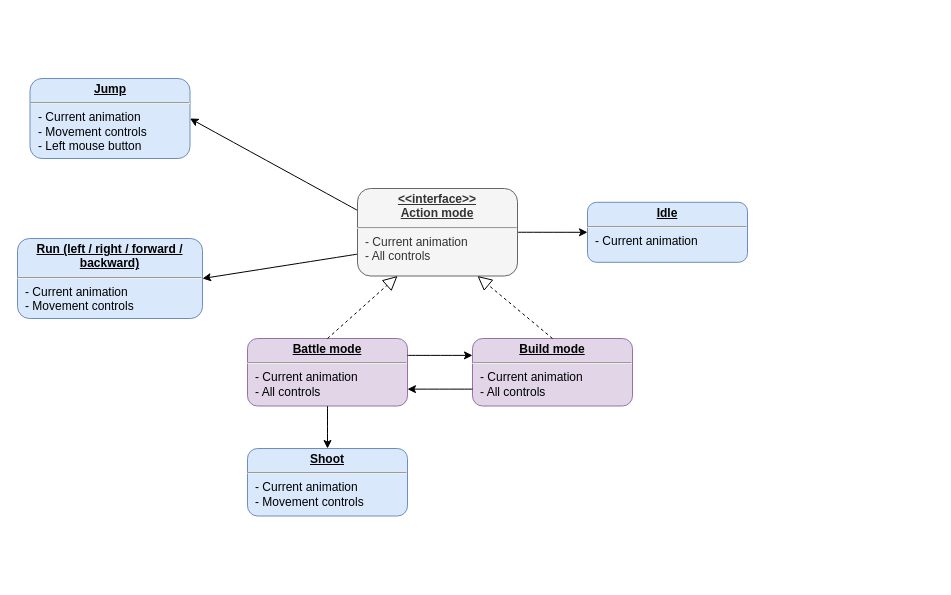
The draw.io diagram docs/player_states.drawio in joonashalinen/bloxu, before the edit. Source tidied: cells renumbered, new cells numbered last; positions are measured from the earlier drawing's top-left corner, leaving out a move shared by most shapes. Both pictures are drawn from the tidied source at 100%, with x=0, y=0 at pixel (17, 78).
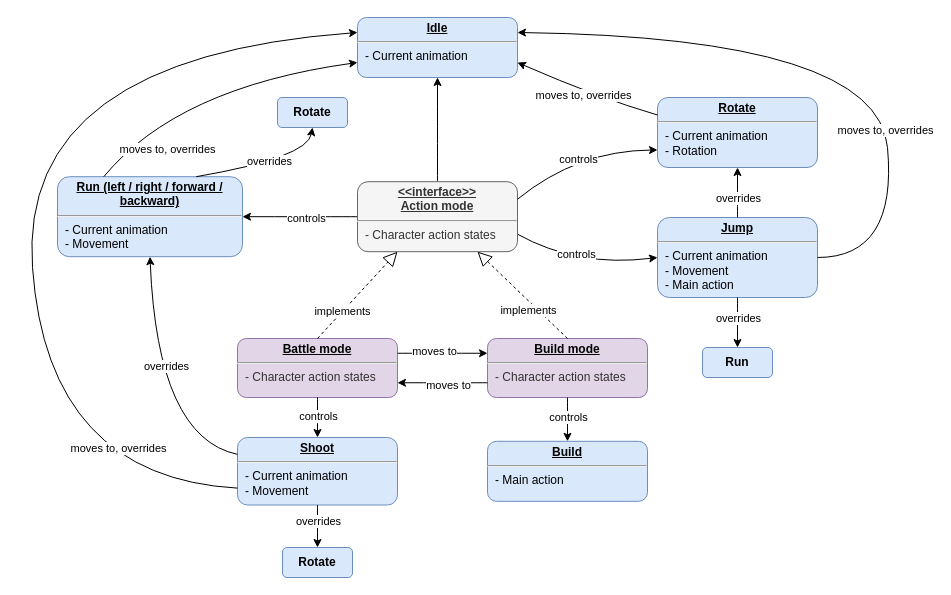
The same page after the edit.

Unchanged cells that the change refers to:
```xml
<mxCell id="6" style="endArrow=classic;html=1;curved=1;exitX=1;exitY=0.25;exitDx=0;exitDy=0;entryX=0;entryY=0.25;entryDx=0;entryDy=0;" parent="1" edge="1" source="3" target="4">
  <mxGeometry relative="1" as="geometry" />
</mxCell>
<mxCell id="7" style="endArrow=classic;html=1;curved=1;exitX=0;exitY=0.75;exitDx=0;exitDy=0;entryX=1;entryY=0.75;entryDx=0;entryDy=0;" parent="1" edge="1" source="4" target="3">
  <mxGeometry relative="1" as="geometry" />
</mxCell>
<mxCell id="10" style="endArrow=classic;html=1;curved=1;exitX=0.5;exitY=1;exitDx=0;exitDy=0;entryX=0.5;entryY=0;entryDx=0;entryDy=0;" parent="1" edge="1" source="3" target="5">
  <mxGeometry relative="1" as="geometry" />
</mxCell>
<mxCell id="15" style="endArrow=block;dashed=1;endFill=0;endSize=12;html=1;rounded=0;entryX=0.25;entryY=1;entryDx=0;entryDy=0;exitX=0.5;exitY=0;exitDx=0;exitDy=0;" parent="1" edge="1" source="3" target="14">
  <mxGeometry relative="1" as="geometry" />
</mxCell>
<mxCell id="16" style="endArrow=block;dashed=1;endFill=0;endSize=12;html=1;rounded=0;entryX=0.75;entryY=1;entryDx=0;entryDy=0;exitX=0.5;exitY=0;exitDx=0;exitDy=0;" parent="1" edge="1" source="4" target="14">
  <mxGeometry relative="1" as="geometry" />
</mxCell>
```

Change to the diagram source:
```diff
@@
     <mxCell id="2" value="&lt;p style=&quot;margin:0px;margin-top:4px;text-align:center;text-decoration:underline;&quot;&gt;&lt;b&gt;Idle&lt;/b&gt;&lt;/p&gt;&lt;hr&gt;&lt;p style=&quot;margin:0px;margin-left:8px;&quot;&gt;- Current animation&lt;/p&gt;" style="verticalAlign=top;align=left;overflow=fill;fontSize=12;fontFamily=Helvetica;html=1;whiteSpace=wrap;fillColor=#dae8fc;strokeColor=#6c8ebf;rounded=1;" parent="1" vertex="1">
-      <mxGeometry x="570" y="123.8" width="160" height="60" as="geometry" />
+      <mxGeometry x="340" y="-61" width="160" height="60" as="geometry" />
     </mxCell>
-    <mxCell id="3" value="&lt;p style=&quot;margin:0px;margin-top:4px;text-align:center;text-decoration:underline;&quot;&gt;&lt;b&gt;Battle mode&lt;/b&gt;&lt;/p&gt;&lt;hr&gt;&lt;p style=&quot;margin:0px;margin-left:8px;&quot;&gt;- Current animation&lt;/p&gt;&lt;p style=&quot;margin:0px;margin-left:8px;&quot;&gt;- All controls&lt;/p&gt;" style="verticalAlign=top;align=left;overflow=fill;fontSize=12;fontFamily=Helvetica;html=1;whiteSpace=wrap;fillColor=#e1d5e7;strokeColor=#9673a6;rounded=1;" parent="1" vertex="1">
-      <mxGeometry x="230" y="260" width="160" height="67.5" as="geometry" />
+    <mxCell id="3" value="&lt;p style=&quot;margin:0px;margin-top:4px;text-align:center;text-decoration:underline;&quot;&gt;&lt;b&gt;Battle mode&lt;/b&gt;&lt;/p&gt;&lt;hr&gt;&lt;p style=&quot;border-color: var(--border-color); color: rgb(51, 51, 51); margin: 0px 0px 0px 8px;&quot;&gt;- Character action states&lt;/p&gt;" style="verticalAlign=top;align=left;overflow=fill;fontSize=12;fontFamily=Helvetica;html=1;whiteSpace=wrap;fillColor=#e1d5e7;strokeColor=#9673a6;rounded=1;" parent="1" vertex="1">
+      <mxGeometry x="220" y="260" width="160" height="59" as="geometry" />
     </mxCell>
-    <mxCell id="4" value="&lt;p style=&quot;margin:0px;margin-top:4px;text-align:center;text-decoration:underline;&quot;&gt;&lt;b&gt;Build mode&lt;/b&gt;&lt;/p&gt;&lt;hr&gt;&lt;p style=&quot;margin:0px;margin-left:8px;&quot;&gt;- Current animation&lt;/p&gt;&lt;p style=&quot;margin:0px;margin-left:8px;&quot;&gt;- All controls&lt;/p&gt;" style="verticalAlign=top;align=left;overflow=fill;fontSize=12;fontFamily=Helvetica;html=1;whiteSpace=wrap;fillColor=#e1d5e7;strokeColor=#9673a6;rounded=1;" parent="1" vertex="1">
-      <mxGeometry x="455" y="260" width="160" height="67.5" as="geometry" />
+    <mxCell id="4" value="&lt;p style=&quot;margin:0px;margin-top:4px;text-align:center;text-decoration:underline;&quot;&gt;&lt;b&gt;Build mode&lt;/b&gt;&lt;/p&gt;&lt;hr&gt;&lt;p style=&quot;border-color: var(--border-color); color: rgb(51, 51, 51); margin: 0px 0px 0px 8px;&quot;&gt;- Character action states&lt;br&gt;&lt;/p&gt;" style="verticalAlign=top;align=left;overflow=fill;fontSize=12;fontFamily=Helvetica;html=1;whiteSpace=wrap;fillColor=#e1d5e7;strokeColor=#9673a6;rounded=1;" parent="1" vertex="1">
+      <mxGeometry x="470" y="260" width="160" height="59" as="geometry" />
     </mxCell>
-    <mxCell id="5" value="&lt;p style=&quot;margin:0px;margin-top:4px;text-align:center;text-decoration:underline;&quot;&gt;&lt;b&gt;Shoot&lt;/b&gt;&lt;/p&gt;&lt;hr&gt;&lt;p style=&quot;margin:0px;margin-left:8px;&quot;&gt;- Current animation&lt;/p&gt;&lt;p style=&quot;margin:0px;margin-left:8px;&quot;&gt;- Movement controls&lt;/p&gt;" style="verticalAlign=top;align=left;overflow=fill;fontSize=12;fontFamily=Helvetica;html=1;whiteSpace=wrap;fillColor=#dae8fc;strokeColor=#6c8ebf;rounded=1;" parent="1" vertex="1">
-      <mxGeometry x="230" y="370" width="160" height="67.5" as="geometry" />
+    <mxCell id="5" value="&lt;p style=&quot;margin:0px;margin-top:4px;text-align:center;text-decoration:underline;&quot;&gt;&lt;b&gt;Shoot&lt;/b&gt;&lt;/p&gt;&lt;hr&gt;&lt;p style=&quot;margin:0px;margin-left:8px;&quot;&gt;- Current animation&lt;/p&gt;&lt;p style=&quot;margin:0px;margin-left:8px;&quot;&gt;- Movement&lt;/p&gt;" style="verticalAlign=top;align=left;overflow=fill;fontSize=12;fontFamily=Helvetica;html=1;whiteSpace=wrap;fillColor=#dae8fc;strokeColor=#6c8ebf;rounded=1;" parent="1" vertex="1">
+      <mxGeometry x="220" y="359" width="160" height="67.5" as="geometry" />
     </mxCell>
@@
+    <mxCell id="17" value="moves to" style="edgeLabel;html=1;align=center;verticalAlign=middle;" parent="6" vertex="1">
+      <mxGeometry x="-0.51" y="2" relative="1" as="geometry">
+        <mxPoint x="14" as="offset" />
+      </mxGeometry>
+    </mxCell>
@@
+    <mxCell id="18" value="moves to" style="edgeLabel;html=1;align=center;verticalAlign=middle;" parent="7" vertex="1">
+      <mxGeometry x="0.42" y="2" relative="1" as="geometry">
+        <mxPoint x="24" as="offset" />
+      </mxGeometry>
+    </mxCell>
-    <mxCell id="8" value="&lt;p style=&quot;margin:0px;margin-top:4px;text-align:center;text-decoration:underline;&quot;&gt;&lt;b&gt;Run (left / right / forward / backward)&lt;/b&gt;&lt;/p&gt;&lt;hr&gt;&lt;p style=&quot;margin:0px;margin-left:8px;&quot;&gt;- Current animation&lt;/p&gt;&lt;p style=&quot;margin:0px;margin-left:8px;&quot;&gt;- Movement controls&lt;/p&gt;" style="verticalAlign=top;align=left;overflow=fill;fontSize=12;fontFamily=Helvetica;html=1;whiteSpace=wrap;fillColor=#dae8fc;strokeColor=#6c8ebf;rounded=1;" parent="1" vertex="1">
-      <mxGeometry y="160" width="185" height="80" as="geometry" />
+    <mxCell id="8" value="&lt;p style=&quot;margin:0px;margin-top:4px;text-align:center;text-decoration:underline;&quot;&gt;&lt;b&gt;Run (left / right / forward / backward)&lt;/b&gt;&lt;/p&gt;&lt;hr&gt;&lt;p style=&quot;margin:0px;margin-left:8px;&quot;&gt;- Current animation&lt;/p&gt;&lt;p style=&quot;margin:0px;margin-left:8px;&quot;&gt;- Movement&lt;/p&gt;" style="verticalAlign=top;align=left;overflow=fill;fontSize=12;fontFamily=Helvetica;html=1;whiteSpace=wrap;fillColor=#dae8fc;strokeColor=#6c8ebf;rounded=1;" parent="1" vertex="1">
+      <mxGeometry x="40" y="98.2" width="185" height="80" as="geometry" />
     </mxCell>
-    <mxCell id="9" style="endArrow=classic;html=1;curved=1;exitX=0;exitY=0.75;exitDx=0;exitDy=0;entryX=1;entryY=0.5;entryDx=0;entryDy=0;" parent="1" edge="1" source="14" target="8">
+    <mxCell id="9" style="endArrow=classic;html=1;curved=1;exitX=0;exitY=0.5;exitDx=0;exitDy=0;entryX=1;entryY=0.5;entryDx=0;entryDy=0;" parent="1" edge="1" source="14" target="8">
       <mxGeometry relative="1" as="geometry" />
     </mxCell>
+    <mxCell id="19" value="controls" style="edgeLabel;html=1;align=center;verticalAlign=middle;" parent="9" vertex="1">
+      <mxGeometry x="0.35" y="2" relative="1" as="geometry">
+        <mxPoint x="26" y="-1" as="offset" />
+      </mxGeometry>
+    </mxCell>
@@
+    <mxCell id="20" value="controls" style="edgeLabel;html=1;align=center;verticalAlign=middle;" parent="10" vertex="1">
+      <mxGeometry x="-0.46" y="1" relative="1" as="geometry">
+        <mxPoint x="-1" y="7" as="offset" />
+      </mxGeometry>
+    </mxCell>
-    <mxCell id="11" style="endArrow=classic;html=1;curved=1;exitX=1;exitY=0.5;exitDx=0;exitDy=0;entryX=0;entryY=0.5;entryDx=0;entryDy=0;" parent="1" edge="1" source="14" target="2">
+    <mxCell id="11" style="endArrow=classic;html=1;curved=1;exitX=0.5;exitY=0;exitDx=0;exitDy=0;entryX=0.5;entryY=1;entryDx=0;entryDy=0;" parent="1" edge="1" source="14" target="2">
       <mxGeometry relative="1" as="geometry" />
     </mxCell>
-    <mxCell id="12" value="&lt;p style=&quot;margin:0px;margin-top:4px;text-align:center;text-decoration:underline;&quot;&gt;&lt;b&gt;Jump&lt;/b&gt;&lt;/p&gt;&lt;hr&gt;&lt;p style=&quot;margin:0px;margin-left:8px;&quot;&gt;- Current animation&lt;/p&gt;&lt;p style=&quot;margin:0px;margin-left:8px;&quot;&gt;- Movement controls&lt;/p&gt;&lt;p style=&quot;margin:0px;margin-left:8px;&quot;&gt;- Left mouse button&lt;/p&gt;" style="verticalAlign=top;align=left;overflow=fill;fontSize=12;fontFamily=Helvetica;html=1;whiteSpace=wrap;fillColor=#dae8fc;strokeColor=#6c8ebf;rounded=1;" parent="1" vertex="1">
-      <mxGeometry x="12.5" width="160" height="80" as="geometry" />
+    <mxCell id="12" value="&lt;p style=&quot;margin:0px;margin-top:4px;text-align:center;text-decoration:underline;&quot;&gt;&lt;b&gt;Jump&lt;/b&gt;&lt;/p&gt;&lt;hr&gt;&lt;p style=&quot;margin:0px;margin-left:8px;&quot;&gt;- Current animation&lt;/p&gt;&lt;p style=&quot;margin:0px;margin-left:8px;&quot;&gt;- Movement&lt;/p&gt;&lt;p style=&quot;margin:0px;margin-left:8px;&quot;&gt;- Main action&lt;/p&gt;" style="verticalAlign=top;align=left;overflow=fill;fontSize=12;fontFamily=Helvetica;html=1;whiteSpace=wrap;fillColor=#dae8fc;strokeColor=#6c8ebf;rounded=1;" parent="1" vertex="1">
+      <mxGeometry x="640" y="139" width="160" height="80" as="geometry" />
     </mxCell>
-    <mxCell id="13" style="endArrow=classic;html=1;curved=1;exitX=0;exitY=0.25;exitDx=0;exitDy=0;entryX=1;entryY=0.5;entryDx=0;entryDy=0;" parent="1" edge="1" source="14" target="12">
-      <mxGeometry relative="1" as="geometry" />
+    <mxCell id="13" style="endArrow=classic;html=1;curved=1;exitX=1;exitY=0.75;exitDx=0;exitDy=0;entryX=0;entryY=0.5;entryDx=0;entryDy=0;" parent="1" edge="1" source="14" target="12">
+      <mxGeometry relative="1" as="geometry">
+        <Array as="points">
+          <mxPoint x="560" y="189" />
+        </Array>
+      </mxGeometry>
     </mxCell>
+    <mxCell id="21" value="controls" style="edgeLabel;html=1;align=center;verticalAlign=middle;" parent="13" vertex="1">
+      <mxGeometry x="-0.31" y="5" relative="1" as="geometry">
+        <mxPoint x="11" y="-1" as="offset" />
+      </mxGeometry>
+    </mxCell>
-    <mxCell id="14" value="&lt;p style=&quot;margin:0px;margin-top:4px;text-align:center;text-decoration:underline;&quot;&gt;&lt;b&gt;&amp;lt;&amp;lt;interface&amp;gt;&amp;gt;&lt;br&gt;Action mode&lt;/b&gt;&lt;/p&gt;&lt;hr&gt;&lt;p style=&quot;margin:0px;margin-left:8px;&quot;&gt;- Current animation&lt;/p&gt;&lt;p style=&quot;margin:0px;margin-left:8px;&quot;&gt;- All controls&lt;/p&gt;" style="verticalAlign=top;align=left;overflow=fill;fontSize=12;fontFamily=Helvetica;html=1;whiteSpace=wrap;fillColor=#f5f5f5;strokeColor=#666666;rounded=1;fontColor=#333333;" parent="1" vertex="1">
-      <mxGeometry x="340" y="110" width="160" height="87.5" as="geometry" />
+    <mxCell id="14" value="&lt;p style=&quot;margin:0px;margin-top:4px;text-align:center;text-decoration:underline;&quot;&gt;&lt;b&gt;&amp;lt;&amp;lt;interface&amp;gt;&amp;gt;&lt;br&gt;Action mode&lt;/b&gt;&lt;/p&gt;&lt;hr&gt;&lt;p style=&quot;margin:0px;margin-left:8px;&quot;&gt;- Character action states&lt;/p&gt;" style="verticalAlign=top;align=left;overflow=fill;fontSize=12;fontFamily=Helvetica;html=1;whiteSpace=wrap;fillColor=#f5f5f5;strokeColor=#666666;rounded=1;fontColor=#333333;" parent="1" vertex="1">
+      <mxGeometry x="340" y="103.2" width="160" height="70" as="geometry" />
     </mxCell>
@@
+    <mxCell id="22" value="implements" style="edgeLabel;html=1;align=center;verticalAlign=middle;" parent="15" vertex="1">
+      <mxGeometry x="-0.37" y="1" relative="1" as="geometry" />
+    </mxCell>
@@
+    <mxCell id="23" value="implements" style="edgeLabel;html=1;align=center;verticalAlign=middle;" parent="16" vertex="1">
+      <mxGeometry x="-0.35" relative="1" as="geometry">
+        <mxPoint x="-10" as="offset" />
+      </mxGeometry>
+    </mxCell>
+    <mxCell id="24" style="endArrow=classic;html=1;curved=1;exitX=0.25;exitY=0;exitDx=0;exitDy=0;entryX=0;entryY=0.75;entryDx=0;entryDy=0;" parent="1" edge="1" source="8" target="2">
+      <mxGeometry relative="1" as="geometry">
+        <Array as="points">
+          <mxPoint x="160" y="9" />
+        </Array>
+      </mxGeometry>
+    </mxCell>
+    <mxCell id="25" value="moves to, overrides" style="edgeLabel;html=1;align=center;verticalAlign=middle;" parent="24" vertex="1">
+      <mxGeometry x="0.06" y="-6" relative="1" as="geometry">
+        <mxPoint x="-53" y="61" as="offset" />
+      </mxGeometry>
+    </mxCell>
+    <mxCell id="26" value="&lt;p style=&quot;margin:0px;margin-top:4px;text-align:center;text-decoration:underline;&quot;&gt;&lt;b&gt;Rotate&lt;/b&gt;&lt;/p&gt;&lt;hr&gt;&lt;p style=&quot;margin:0px;margin-left:8px;&quot;&gt;- Current animation&lt;/p&gt;&lt;p style=&quot;margin:0px;margin-left:8px;&quot;&gt;- Rotation&lt;/p&gt;" style="verticalAlign=top;align=left;overflow=fill;fontSize=12;fontFamily=Helvetica;html=1;whiteSpace=wrap;fillColor=#dae8fc;strokeColor=#6c8ebf;rounded=1;" parent="1" vertex="1">
+      <mxGeometry x="640" y="19" width="160" height="70" as="geometry" />
+    </mxCell>
+    <mxCell id="27" style="endArrow=classic;html=1;curved=1;exitX=1;exitY=0.25;exitDx=0;exitDy=0;entryX=0;entryY=0.75;entryDx=0;entryDy=0;" parent="1" edge="1" source="14" target="26">
+      <mxGeometry relative="1" as="geometry">
+        <Array as="points">
+          <mxPoint x="560" y="72" />
+        </Array>
+      </mxGeometry>
+    </mxCell>
+    <mxCell id="28" value="controls" style="edgeLabel;html=1;align=center;verticalAlign=middle;" parent="27" vertex="1">
+      <mxGeometry x="-0.01" y="-9" relative="1" as="geometry" />
+    </mxCell>
+    <mxCell id="29" style="endArrow=classic;html=1;curved=1;exitX=0;exitY=0.75;exitDx=0;exitDy=0;entryX=0;entryY=0.25;entryDx=0;entryDy=0;" parent="1" edge="1" source="5" target="2">
+      <mxGeometry relative="1" as="geometry">
+        <Array as="points">
+          <mxPoint x="30" y="399" />
+          <mxPoint y="-21" />
+        </Array>
+      </mxGeometry>
+    </mxCell>
+    <mxCell id="30" value="moves to, overrides" style="edgeLabel;html=1;align=center;verticalAlign=middle;" parent="29" vertex="1">
+      <mxGeometry x="-0.19" relative="1" as="geometry">
+        <mxPoint x="84" y="166" as="offset" />
+      </mxGeometry>
+    </mxCell>
+    <mxCell id="31" style="endArrow=classic;html=1;curved=1;entryX=1;entryY=0.75;entryDx=0;entryDy=0;exitX=0;exitY=0.25;exitDx=0;exitDy=0;" parent="1" edge="1" source="26" target="2">
+      <mxGeometry relative="1" as="geometry">
+        <Array as="points">
+          <mxPoint x="580" y="19" />
+        </Array>
+      </mxGeometry>
+    </mxCell>
+    <mxCell id="32" value="moves to, overrides" style="edgeLabel;html=1;align=center;verticalAlign=middle;" parent="31" vertex="1">
+      <mxGeometry x="0.03" y="4" relative="1" as="geometry" />
+    </mxCell>
+    <mxCell id="33" style="endArrow=classic;html=1;curved=1;exitX=1;exitY=0.5;exitDx=0;exitDy=0;entryX=1;entryY=0.25;entryDx=0;entryDy=0;" parent="1" edge="1" source="12" target="2">
+      <mxGeometry relative="1" as="geometry">
+        <Array as="points">
+          <mxPoint x="880" y="179" />
+          <mxPoint x="860" y="-41" />
+        </Array>
+      </mxGeometry>
+    </mxCell>
+    <mxCell id="34" value="moves to, overrides" style="edgeLabel;html=1;align=center;verticalAlign=middle;" parent="33" vertex="1">
+      <mxGeometry x="-0.37" y="1" relative="1" as="geometry" />
+    </mxCell>
+    <mxCell id="35" style="endArrow=classic;html=1;curved=1;exitX=0;exitY=0.25;exitDx=0;exitDy=0;entryX=0.5;entryY=1;entryDx=0;entryDy=0;" parent="1" edge="1" source="5" target="8">
+      <mxGeometry relative="1" as="geometry">
+        <Array as="points">
+          <mxPoint x="140" y="359" />
+        </Array>
+      </mxGeometry>
+    </mxCell>
+    <mxCell id="36" value="overrides" style="edgeLabel;html=1;align=center;verticalAlign=middle;" parent="35" vertex="1">
+      <mxGeometry x="0.13" y="-17" relative="1" as="geometry">
+        <mxPoint x="-6" y="-5" as="offset" />
+      </mxGeometry>
+    </mxCell>
+    <mxCell id="37" style="endArrow=classic;html=1;curved=1;exitX=0.5;exitY=0;exitDx=0;exitDy=0;entryX=0.5;entryY=1;entryDx=0;entryDy=0;" parent="1" edge="1" source="12" target="26">
+      <mxGeometry relative="1" as="geometry" />
+    </mxCell>
+    <mxCell id="38" value="overrides" style="edgeLabel;html=1;align=center;verticalAlign=middle;" parent="37" vertex="1">
+      <mxGeometry x="0.13" y="-17" relative="1" as="geometry">
+        <mxPoint x="-17" y="8" as="offset" />
+      </mxGeometry>
+    </mxCell>
+    <mxCell id="39" value="&lt;b&gt;Rotate&lt;/b&gt;" style="rounded=1;whiteSpace=wrap;html=1;fillColor=#dae8fc;strokeColor=#6c8ebf;" parent="1" vertex="1">
+      <mxGeometry x="260" y="19" width="70" height="30" as="geometry" />
+    </mxCell>
+    <mxCell id="40" style="endArrow=classic;html=1;curved=1;exitX=0.75;exitY=0;exitDx=0;exitDy=0;entryX=0.5;entryY=1;entryDx=0;entryDy=0;" parent="1" edge="1" source="8" target="39">
+      <mxGeometry relative="1" as="geometry">
+        <Array as="points">
+          <mxPoint x="290" y="79" />
+        </Array>
+      </mxGeometry>
+    </mxCell>
+    <mxCell id="41" value="overrides" style="edgeLabel;html=1;align=center;verticalAlign=middle;" parent="40" vertex="1">
+      <mxGeometry x="0.13" y="-17" relative="1" as="geometry">
+        <mxPoint x="-10" y="-19" as="offset" />
+      </mxGeometry>
+    </mxCell>
+    <mxCell id="42" style="endArrow=classic;html=1;curved=1;exitX=0.5;exitY=1;exitDx=0;exitDy=0;entryX=0.5;entryY=0;entryDx=0;entryDy=0;" parent="1" edge="1" source="12" target="44">
+      <mxGeometry relative="1" as="geometry" />
+    </mxCell>
+    <mxCell id="43" value="overrides" style="edgeLabel;html=1;align=center;verticalAlign=middle;" parent="42" vertex="1">
+      <mxGeometry x="0.13" y="-17" relative="1" as="geometry">
+        <mxPoint x="17" y="-8" as="offset" />
+      </mxGeometry>
+    </mxCell>
+    <mxCell id="44" value="&lt;b&gt;Run&lt;/b&gt;" style="rounded=1;whiteSpace=wrap;html=1;fillColor=#dae8fc;strokeColor=#6c8ebf;" parent="1" vertex="1">
+      <mxGeometry x="685" y="269" width="70" height="30" as="geometry" />
+    </mxCell>
+    <mxCell id="45" style="endArrow=classic;html=1;curved=1;exitX=0.5;exitY=1;exitDx=0;exitDy=0;entryX=0.5;entryY=0;entryDx=0;entryDy=0;" parent="1" edge="1" source="5" target="47">
+      <mxGeometry relative="1" as="geometry" />
+    </mxCell>
+    <mxCell id="46" value="overrides" style="edgeLabel;html=1;align=center;verticalAlign=middle;" parent="45" vertex="1">
+      <mxGeometry x="0.13" y="-17" relative="1" as="geometry">
+        <mxPoint x="17" y="-8" as="offset" />
+      </mxGeometry>
+    </mxCell>
+    <mxCell id="47" value="&lt;b&gt;Rotate&lt;/b&gt;" style="rounded=1;whiteSpace=wrap;html=1;fillColor=#dae8fc;strokeColor=#6c8ebf;" parent="1" vertex="1">
+      <mxGeometry x="265" y="469" width="70" height="30" as="geometry" />
+    </mxCell>
+    <mxCell id="48" value="&lt;p style=&quot;margin:0px;margin-top:4px;text-align:center;text-decoration:underline;&quot;&gt;&lt;b&gt;Build&lt;/b&gt;&lt;/p&gt;&lt;hr&gt;&lt;p style=&quot;margin:0px;margin-left:8px;&quot;&gt;- Main action&lt;/p&gt;" style="verticalAlign=top;align=left;overflow=fill;fontSize=12;fontFamily=Helvetica;html=1;whiteSpace=wrap;fillColor=#dae8fc;strokeColor=#6c8ebf;rounded=1;" parent="1" vertex="1">
+      <mxGeometry x="470" y="362.8" width="160" height="60" as="geometry" />
+    </mxCell>
+    <mxCell id="49" style="endArrow=classic;html=1;curved=1;exitX=0.5;exitY=1;exitDx=0;exitDy=0;entryX=0.5;entryY=0;entryDx=0;entryDy=0;" parent="1" edge="1" source="4" target="48">
+      <mxGeometry relative="1" as="geometry" />
+    </mxCell>
+    <mxCell id="50" value="controls" style="edgeLabel;html=1;align=center;verticalAlign=middle;" parent="49" vertex="1">
+      <mxGeometry x="-0.46" y="1" relative="1" as="geometry">
+        <mxPoint x="-1" y="7" as="offset" />
+      </mxGeometry>
+    </mxCell>
```
